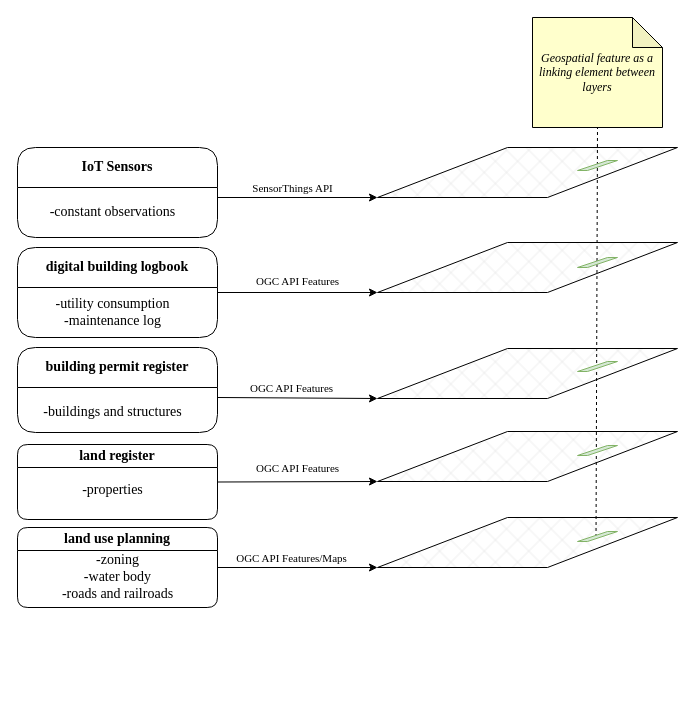
Earlier version of the draw.io diagram thesis/udt-layers.drawio (timoruohomaki/LUT-DAP). Source tidied: cells renumbered, new cells numbered last; positions are measured from the earlier drawing's top-left corner, leaving out a move shared by most shapes. Both pictures are drawn from the tidied source at 100%, with x=0, y=0 at pixel (17, 17).
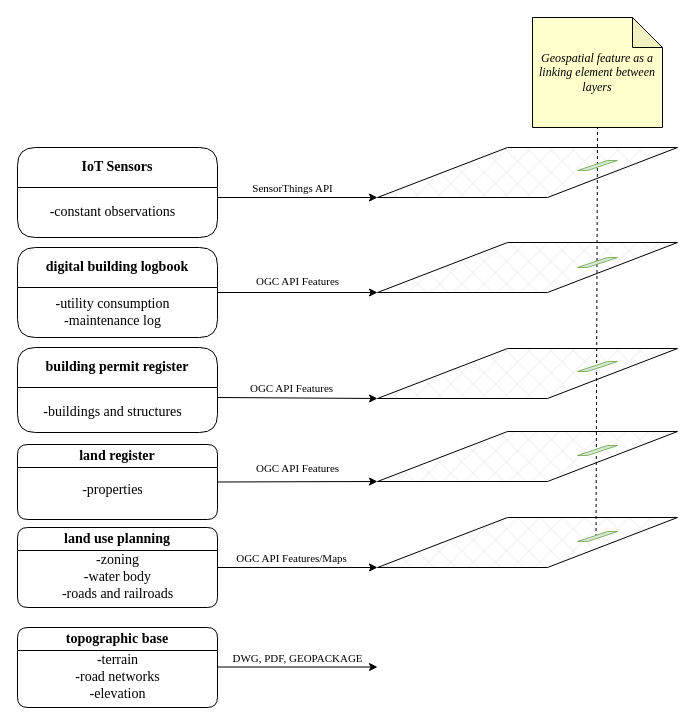
The same page after the edit.

The change refers to these unchanged cells:
```xml
<mxCell id="7" style="endArrow=classic;html=1;hachureGap=4;fontFamily=Architects Daughter;fontSize=16;exitX=1;exitY=0.5;exitDx=0;exitDy=0;entryX=0;entryY=1;entryDx=0;entryDy=0;" parent="1" edge="1" source="16" target="3">
  <mxGeometry relative="1" as="geometry" />
</mxCell>
```

The edit, as a diff of the source:
```diff
@@
+    <mxCell id="34" value="DWG, PDF, GEOPACKAGE" style="edgeLabel;html=1;align=center;verticalAlign=middle;rotation=0;fontFamily=Times New Roman;" parent="7" vertex="1">
+      <mxGeometry x="0.19" y="1" relative="1" as="geometry">
+        <mxPoint x="-15" y="177" as="offset" />
+      </mxGeometry>
+    </mxCell>
@@
+    <mxCell id="35" value="topographic base" style="swimlane;whiteSpace=wrap;html=1;hachureGap=4;fontFamily=Times New Roman;fontSize=14;fontStyle=1;rounded=1;" parent="1" vertex="1">
+      <mxGeometry y="610" width="200" height="80" as="geometry" />
+    </mxCell>
+    <mxCell id="36" value="-terrain&lt;div&gt;-road networks&lt;/div&gt;&lt;div&gt;-elevation&lt;/div&gt;" style="text;html=1;align=center;verticalAlign=middle;strokeColor=none;fillColor=none;fontSize=14;fontFamily=Times New Roman;" parent="35" vertex="1">
+      <mxGeometry x="45" y="20" width="110" height="60" as="geometry" />
+    </mxCell>
+    <mxCell id="37" style="endArrow=classic;html=1;hachureGap=4;fontFamily=Architects Daughter;fontSize=16;exitX=1;exitY=0.5;exitDx=0;exitDy=0;entryX=0;entryY=1;entryDx=0;entryDy=0;" parent="1" edge="1">
+      <mxGeometry relative="1" as="geometry">
+        <mxPoint x="200" y="649.5" as="sourcePoint" />
+        <mxPoint x="360" y="649.5" as="targetPoint" />
+      </mxGeometry>
+    </mxCell>
```
